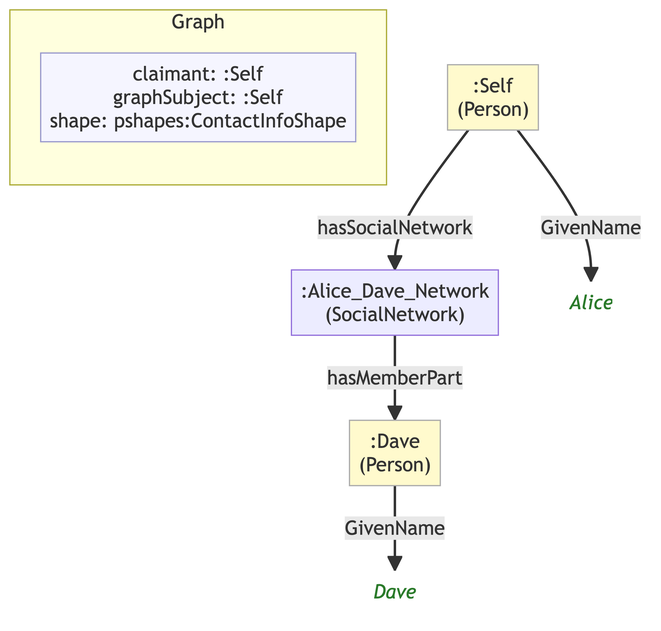
This is example/graphs/images/graph-66.png from MeeFoundation/mia-ontologies, a Mermaid export, as it was before one commit. Its source is kept beside it as example/graphs/images/graph-66.mmd.
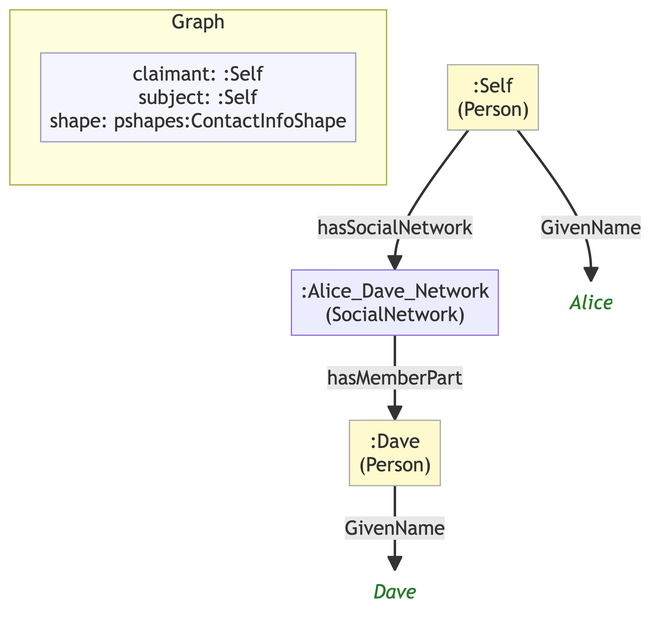
The same file after the commit.

Change to the diagram source:
```diff
@@ -7,16 +7,16 @@
 
     subgraph ctx["Graph"]
         direction LR
-        ctx_meta["claimant: :Self\ngraphSubject: :Self\nshape: pshapes:ContactInfoShape"]:::meta
+        ctx_meta["claimant: :Self\nsubject: :Self\nshape: pshapes:ContactInfoShape"]:::meta
     end
 
     n51f59fdbffe5[":Alice_Dave_Network\n(SocialNetwork)"]
     nb69bdc5e9e9b[":Dave\n(Person)"]:::person
-    ned77b8a495ea("Dave"):::lit
+    n7bf41083c531("Dave"):::lit
     n655e442e50be[":Self\n(Person)"]:::person
-    n3e38742e87d2("Alice"):::lit
+    n0af41666cb5f("Alice"):::lit
 
     n51f59fdbffe5 -->|"hasMemberPart"| nb69bdc5e9e9b
-    nb69bdc5e9e9b -->|"GivenName"| ned77b8a495ea
-    n655e442e50be -->|"GivenName"| n3e38742e87d2
+    nb69bdc5e9e9b -->|"GivenName"| n7bf41083c531
+    n655e442e50be -->|"GivenName"| n0af41666cb5f
     n655e442e50be -->|"hasSocialNetwork"| n51f59fdbffe5
```
